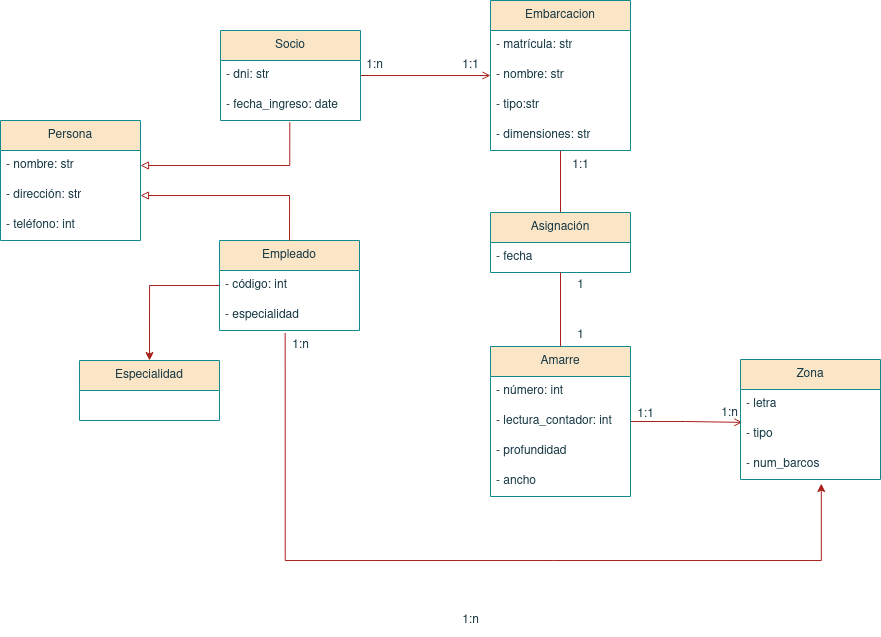
This is Tema 5. Diagramas de clase/ClubNautico.drawio.png from colidom/ets, a draw.io export, as it was before one commit. Source tidied: cells renumbered, new cells last; positions are measured from the earlier drawing's top-left corner, leaving out a move shared by most shapes.
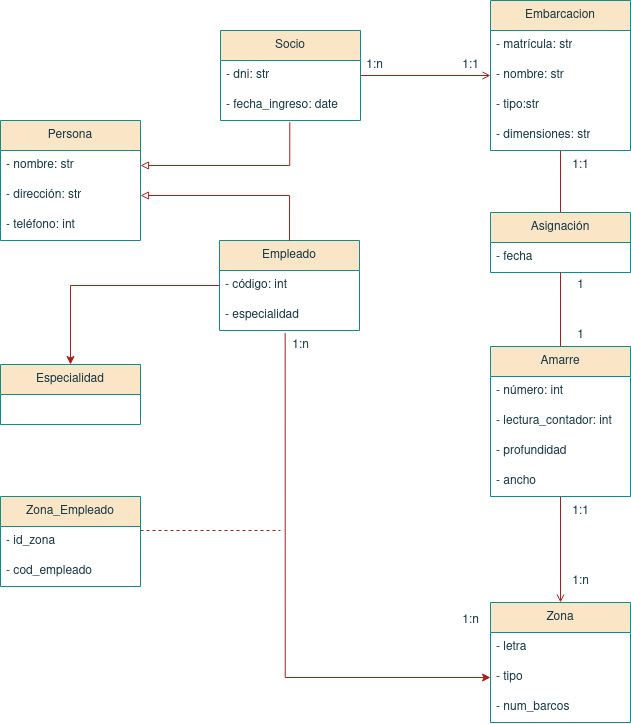
Later version of the same file.

Change to the diagram source:
```diff
@@ -63,7 +63,7 @@
     <mxCell id="20" value="- dimensiones: str" style="text;strokeColor=none;fillColor=none;align=left;verticalAlign=middle;spacingLeft=4;spacingRight=4;overflow=hidden;whiteSpace=wrap;html=1;fontColor=#143642;" parent="16" vertex="1">
       <mxGeometry y="120" width="140" height="30" as="geometry" />
     </mxCell>
-    <mxCell id="21" style="edgeStyle=orthogonalEdgeStyle;rounded=0;jettySize=auto;html=1;strokeColor=#A8201A;fontColor=#143642;endArrow=open;endFill=0;fillColor=#FAE5C7;entryX=0.013;entryY=0.096;entryDx=0;entryDy=0;entryPerimeter=0;" parent="1" edge="1" source="22" target="29">
+    <mxCell id="21" style="edgeStyle=orthogonalEdgeStyle;rounded=0;jettySize=auto;html=1;strokeColor=#A8201A;fontColor=#143642;endArrow=open;endFill=0;fillColor=#FAE5C7;entryX=0.5;entryY=0;entryDx=0;entryDy=0;" parent="1" edge="1" source="22" target="27">
       <mxGeometry relative="1" as="geometry" />
     </mxCell>
     <mxCell id="22" value="Amarre" style="swimlane;fontStyle=0;horizontal=1;startSize=30;whiteSpace=wrap;html=1;strokeColor=#0F8B8D;fontColor=#143642;fillColor=#FAE5C7;" parent="1" vertex="1">
@@ -82,7 +82,7 @@
       <mxGeometry y="120" width="140" height="30" as="geometry" />
     </mxCell>
     <mxCell id="27" value="Zona" style="swimlane;fontStyle=0;horizontal=1;startSize=30;whiteSpace=wrap;html=1;strokeColor=#0F8B8D;fontColor=#143642;fillColor=#FAE5C7;" parent="1" vertex="1">
-      <mxGeometry x="740" y="359" width="140" height="120" as="geometry" />
+      <mxGeometry x="490" y="602" width="140" height="120" as="geometry" />
     </mxCell>
     <mxCell id="28" value="- letra" style="text;strokeColor=none;fillColor=none;align=left;verticalAlign=middle;spacingLeft=4;spacingRight=4;overflow=hidden;whiteSpace=wrap;html=1;fontColor=#143642;" parent="27" vertex="1">
       <mxGeometry y="30" width="140" height="30" as="geometry" />
@@ -103,16 +103,15 @@
       <mxGeometry x="565" y="270" width="30" height="30" as="geometry" />
     </mxCell>
     <mxCell id="34" value="1:n" style="text;html=1;align=center;verticalAlign=middle;strokeColor=none;fillColor=none;fontColor=#143642;" parent="1" vertex="1">
-      <mxGeometry x="709" y="398" width="40" height="30" as="geometry" />
+      <mxGeometry x="560" y="566" width="40" height="30" as="geometry" />
     </mxCell>
     <mxCell id="35" value="1:1" style="text;html=1;align=center;verticalAlign=middle;strokeColor=none;fillColor=none;fontColor=#143642;" parent="1" vertex="1">
       <mxGeometry x="560" y="150" width="40" height="30" as="geometry" />
     </mxCell>
-    <mxCell id="36" style="endArrow=classic;html=1;rounded=0;strokeColor=#A8201A;fontColor=#143642;fillColor=#FAE5C7;exitX=0.469;exitY=1.084;exitDx=0;exitDy=0;exitPerimeter=0;edgeStyle=orthogonalEdgeStyle;entryX=0.577;entryY=1.137;entryDx=0;entryDy=0;entryPerimeter=0;" parent="1" edge="1" source="12" target="30">
+    <mxCell id="36" style="endArrow=classic;html=1;rounded=0;strokeColor=#A8201A;fontColor=#143642;fillColor=#FAE5C7;exitX=0.469;exitY=1.084;exitDx=0;exitDy=0;exitPerimeter=0;edgeStyle=orthogonalEdgeStyle;entryX=0;entryY=0.5;entryDx=0;entryDy=0;" parent="1" edge="1" source="12" target="29">
       <mxGeometry relative="1" as="geometry">
         <Array as="points">
-          <mxPoint x="285" y="560" />
-          <mxPoint x="821" y="560" />
+          <mxPoint x="285" y="677" />
         </Array>
       </mxGeometry>
     </mxCell>
@@ -123,10 +122,10 @@
       <mxGeometry x="450" y="605" width="40" height="30" as="geometry" />
     </mxCell>
     <mxCell id="39" value="1:1" style="text;html=1;align=center;verticalAlign=middle;strokeColor=none;fillColor=none;fontColor=#143642;" parent="1" vertex="1">
-      <mxGeometry x="625" y="399" width="40" height="30" as="geometry" />
+      <mxGeometry x="560" y="496" width="40" height="30" as="geometry" />
     </mxCell>
     <mxCell id="40" value="Especialidad" style="swimlane;fontStyle=0;horizontal=1;startSize=30;whiteSpace=wrap;html=1;strokeColor=#0F8B8D;fontColor=#143642;fillColor=#FAE5C7;" parent="1" vertex="1">
-      <mxGeometry x="79" y="360" width="140" height="60" as="geometry" />
+      <mxGeometry y="364" width="140" height="60" as="geometry" />
     </mxCell>
     <mxCell id="41" style="endArrow=classic;html=1;rounded=0;strokeColor=#A8201A;fontColor=#143642;fillColor=#FAE5C7;entryX=0.5;entryY=0;entryDx=0;entryDy=0;exitX=0;exitY=0.5;exitDx=0;exitDy=0;edgeStyle=orthogonalEdgeStyle;" parent="1" edge="1" source="11" target="40">
       <mxGeometry relative="1" as="geometry" />
@@ -143,5 +142,20 @@
     <mxCell id="45" value="1" style="text;html=1;align=center;verticalAlign=middle;strokeColor=none;fillColor=none;fontColor=#143642;" parent="1" vertex="1">
       <mxGeometry x="565" y="320" width="30" height="30" as="geometry" />
     </mxCell>
+    <mxCell id="46" value="&lt;div&gt;Zona_Empleado&lt;/div&gt;" style="swimlane;fontStyle=0;horizontal=1;startSize=30;whiteSpace=wrap;html=1;strokeColor=#0F8B8D;fontColor=#143642;fillColor=#FAE5C7;" parent="1" vertex="1">
+      <mxGeometry y="496" width="140" height="90" as="geometry" />
+    </mxCell>
+    <mxCell id="47" value="- id_zona" style="text;strokeColor=none;fillColor=none;align=left;verticalAlign=middle;spacingLeft=4;spacingRight=4;overflow=hidden;whiteSpace=wrap;html=1;fontColor=#143642;" parent="46" vertex="1">
+      <mxGeometry y="30" width="140" height="30" as="geometry" />
+    </mxCell>
+    <mxCell id="48" value="- cod_empleado" style="text;strokeColor=none;fillColor=none;align=left;verticalAlign=middle;spacingLeft=4;spacingRight=4;overflow=hidden;whiteSpace=wrap;html=1;fontColor=#143642;" parent="46" vertex="1">
+      <mxGeometry y="60" width="140" height="30" as="geometry" />
+    </mxCell>
+    <mxCell id="49" style="endArrow=none;html=1;rounded=0;strokeColor=#A8201A;fontColor=#143642;fillColor=#FAE5C7;dashed=1;endFill=0;" parent="1" edge="1">
+      <mxGeometry relative="1" as="geometry">
+        <mxPoint x="140" y="530" as="sourcePoint" />
+        <mxPoint x="280" y="530" as="targetPoint" />
+      </mxGeometry>
+    </mxCell>
   </root>
 </mxGraphModel>
```
